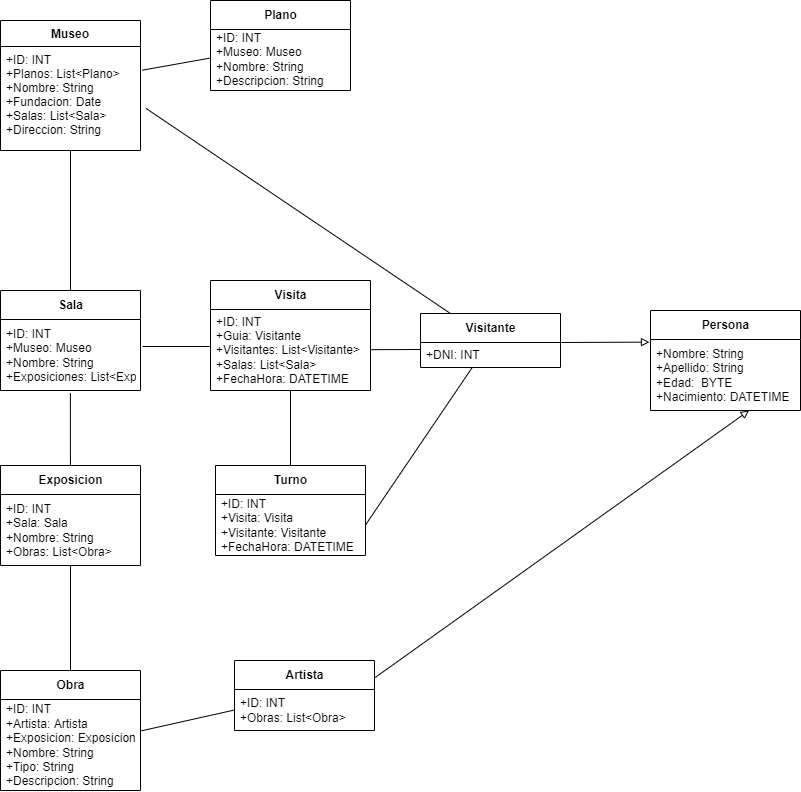
Above: docs/Diagrama_de_Clases.drawio.png in ArturoCruz606/OlimpiadaMuseo2022 (draw.io), before the change. Source tidied: cells renumbered, new cells last; positions are measured from the earlier drawing's top-left corner, leaving out a move shared by most shapes.
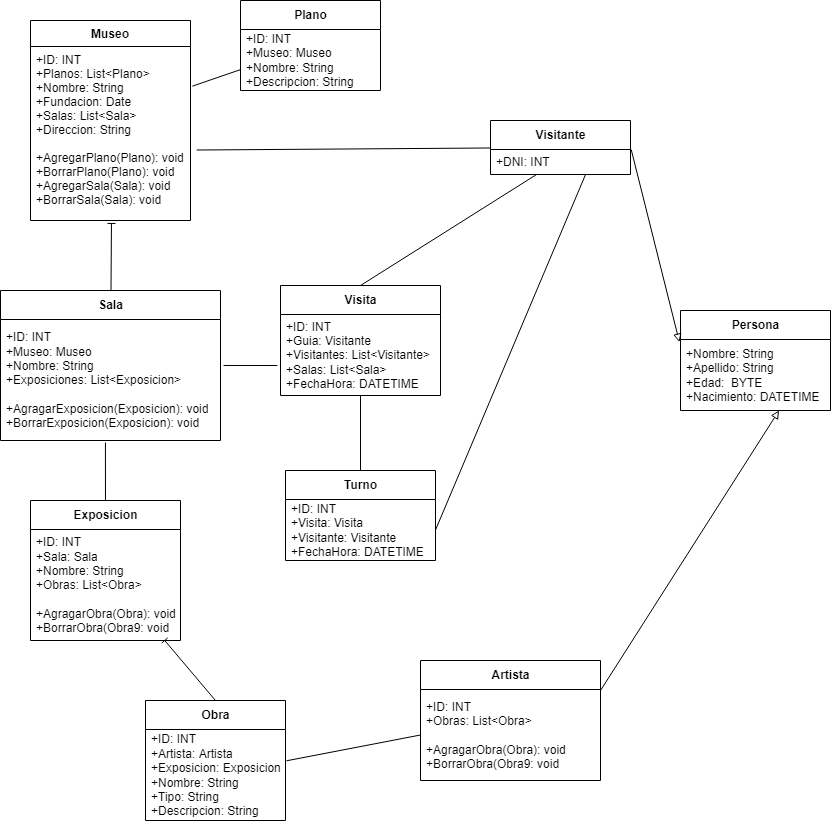
The same diagram one commit later.

Commit message:
Cambios en Diagrama de Clases

What changed in the source:
```diff
@@ -3,10 +3,10 @@
     <mxCell id="0" />
     <mxCell id="1" parent="0" />
     <mxCell id="2" value="Museo" style="swimlane;fontStyle=1;align=center;verticalAlign=top;horizontal=1;startSize=26;" parent="1" vertex="1">
-      <mxGeometry y="20" width="140" height="130" as="geometry" />
+      <mxGeometry y="20" width="160" height="200" as="geometry" />
     </mxCell>
-    <mxCell id="3" value="+ID: INT&#10;+Planos: List&lt;Plano&gt;&#10;+Nombre: String&#10;+Fundacion: Date&#10;+Salas: List&lt;Sala&gt; &#10;+Direccion: String" style="text;strokeColor=none;fillColor=none;align=left;verticalAlign=top;spacingLeft=4;spacingRight=4;overflow=hidden;points=[[0,0.5],[1,0.5]];portConstraint=eastwest;" parent="2" vertex="1">
-      <mxGeometry y="26" width="140" height="104" as="geometry" />
+    <mxCell id="3" value="+ID: INT&#10;+Planos: List&lt;Plano&gt;&#10;+Nombre: String&#10;+Fundacion: Date&#10;+Salas: List&lt;Sala&gt; &#10;+Direccion: String&#10;&#10;+AgregarPlano(Plano): void&#10;+BorrarPlano(Plano): void&#10;+AgregarSala(Sala): void&#10;+BorrarSala(Sala): void" style="text;strokeColor=none;fillColor=none;align=left;verticalAlign=top;spacingLeft=4;spacingRight=4;overflow=hidden;points=[[0,0.5],[1,0.5]];portConstraint=eastwest;" parent="2" vertex="1">
+      <mxGeometry y="26" width="160" height="174" as="geometry" />
     </mxCell>
     <mxCell id="4" style="edgeStyle=none;html=1;entryX=1.012;entryY=0.228;entryDx=0;entryDy=0;entryPerimeter=0;endArrow=none;endFill=0;startArrow=none;startFill=0;" parent="1" edge="1" source="5" target="3">
       <mxGeometry relative="1" as="geometry" />
@@ -17,23 +17,23 @@
     <mxCell id="6" value="+ID: INT&lt;br&gt;+Museo: Museo&lt;br&gt;+Nombre: String&lt;br&gt;+Descripcion: String" style="text;html=1;strokeColor=none;fillColor=none;align=left;verticalAlign=middle;spacingLeft=4;spacingRight=4;overflow=hidden;" parent="5" vertex="1">
       <mxGeometry y="29" width="140" height="61" as="geometry" />
     </mxCell>
-    <mxCell id="7" style="edgeStyle=none;html=1;entryX=0.499;entryY=1.037;entryDx=0;entryDy=0;entryPerimeter=0;startArrow=none;startFill=0;endArrow=none;endFill=0;" parent="1" edge="1" source="9" target="19">
+    <mxCell id="7" style="edgeStyle=none;html=1;entryX=0.477;entryY=1.017;entryDx=0;entryDy=0;entryPerimeter=0;startArrow=none;startFill=0;endArrow=none;endFill=0;" parent="1" edge="1" source="9" target="19">
       <mxGeometry relative="1" as="geometry" />
     </mxCell>
     <mxCell id="8" style="edgeStyle=none;html=1;entryX=0.5;entryY=0;entryDx=0;entryDy=0;startArrow=baseDash;startFill=0;endArrow=none;endFill=0;" parent="1" edge="1" source="9" target="22">
       <mxGeometry relative="1" as="geometry" />
     </mxCell>
     <mxCell id="9" value="Exposicion" style="swimlane;fontStyle=1;align=center;verticalAlign=middle;horizontal=1;startSize=29;html=1;" parent="1" vertex="1">
-      <mxGeometry y="465" width="140" height="100" as="geometry" />
+      <mxGeometry y="500" width="150" height="140" as="geometry" />
     </mxCell>
-    <mxCell id="10" value="+ID: INT&lt;br&gt;+Sala: Sala&lt;br&gt;+Nombre: String&lt;br&gt;+Obras: List&amp;lt;Obra&amp;gt;" style="text;html=1;strokeColor=none;fillColor=none;align=left;verticalAlign=middle;spacingLeft=4;spacingRight=4;overflow=hidden;" parent="9" vertex="1">
-      <mxGeometry y="29" width="140" height="71" as="geometry" />
+    <mxCell id="10" value="+ID: INT&lt;br&gt;+Sala: Sala&lt;br&gt;+Nombre: String&lt;br&gt;+Obras: List&amp;lt;Obra&amp;gt;&lt;br&gt;&lt;br&gt;+AgragarObra(Obra): void&lt;br&gt;+BorrarObra(Obra9: void" style="text;html=1;strokeColor=none;fillColor=none;align=left;verticalAlign=middle;spacingLeft=4;spacingRight=4;overflow=hidden;" parent="9" vertex="1">
+      <mxGeometry y="29" width="150" height="111" as="geometry" />
     </mxCell>
     <mxCell id="11" style="edgeStyle=none;html=1;startArrow=baseDash;startFill=0;endArrow=baseDash;endFill=0;" parent="1" edge="1" source="12" target="15">
       <mxGeometry relative="1" as="geometry" />
     </mxCell>
     <mxCell id="12" value="Visita" style="swimlane;fontStyle=1;align=center;verticalAlign=middle;horizontal=1;startSize=29;html=1;" parent="1" vertex="1">
-      <mxGeometry x="210" y="280" width="160" height="110" as="geometry" />
+      <mxGeometry x="250" y="285" width="160" height="110" as="geometry" />
     </mxCell>
     <mxCell id="13" value="&lt;div&gt;&lt;span&gt;+ID: INT&lt;/span&gt;&lt;/div&gt;&lt;div&gt;&lt;span&gt;+Guia: Visitante&lt;/span&gt;&lt;/div&gt;&lt;div&gt;&lt;span&gt;+Visitantes: List&amp;lt;Visitante&amp;gt;&lt;/span&gt;&lt;/div&gt;&lt;div&gt;&lt;span&gt;+Salas: List&amp;lt;Sala&amp;gt;&lt;/span&gt;&lt;/div&gt;&lt;div&gt;&lt;span&gt;+FechaHora: DATETIME&lt;/span&gt;&lt;/div&gt;" style="text;html=1;strokeColor=none;fillColor=none;align=left;verticalAlign=middle;spacingLeft=4;spacingRight=4;overflow=hidden;points=[[0,0.5],[1,0.5]];portConstraint=eastwest;" parent="12" vertex="1">
       <mxGeometry y="29" width="160" height="81" as="geometry" />
@@ -42,30 +42,28 @@
       <mxGeometry relative="1" as="geometry" />
     </mxCell>
     <mxCell id="15" value="Turno" style="swimlane;fontStyle=1;align=center;verticalAlign=middle;horizontal=1;startSize=29;html=1;" parent="1" vertex="1">
-      <mxGeometry x="215" y="465" width="150" height="90" as="geometry" />
+      <mxGeometry x="255" y="470" width="150" height="90" as="geometry" />
     </mxCell>
     <mxCell id="16" value="&lt;div&gt;&lt;span&gt;+ID: INT&lt;/span&gt;&lt;/div&gt;&lt;div&gt;&lt;span&gt;+Visita: Visita&lt;/span&gt;&lt;/div&gt;&lt;div&gt;&lt;span&gt;+Visitante: Visitante&lt;/span&gt;&lt;/div&gt;&lt;div&gt;&lt;span&gt;+FechaHora: DATETIME&lt;/span&gt;&lt;/div&gt;" style="text;html=1;strokeColor=none;fillColor=none;align=left;verticalAlign=middle;spacingLeft=4;spacingRight=4;overflow=hidden;points=[[0,0.5],[1,0.5]];portConstraint=eastwest;" parent="15" vertex="1">
       <mxGeometry y="29" width="150" height="61" as="geometry" />
     </mxCell>
-    <mxCell id="17" style="edgeStyle=none;html=1;entryX=0.5;entryY=1;entryDx=0;entryDy=0;startArrow=none;startFill=0;endArrow=baseDash;endFill=0;" parent="1" edge="1" source="18" target="2">
+    <mxCell id="17" style="edgeStyle=none;html=1;startArrow=none;startFill=0;endArrow=baseDash;endFill=0;entryX=0.506;entryY=1.017;entryDx=0;entryDy=0;entryPerimeter=0;" parent="1" edge="1" source="18" target="3">
       <mxGeometry relative="1" as="geometry" />
     </mxCell>
     <mxCell id="18" value="Sala" style="swimlane;fontStyle=1;align=center;verticalAlign=middle;horizontal=1;startSize=29;html=1;" parent="1" vertex="1">
-      <mxGeometry y="290" width="140" height="100" as="geometry" />
+      <mxGeometry x="-30" y="290" width="220" height="150" as="geometry" />
     </mxCell>
-    <mxCell id="19" value="+ID: INT&lt;br&gt;+Museo: Museo&lt;br&gt;+Nombre: String&lt;br&gt;+Exposiciones: List&amp;lt;Exposicion&amp;gt;" style="text;html=1;strokeColor=none;fillColor=none;align=left;verticalAlign=middle;spacingLeft=4;spacingRight=4;overflow=hidden;points=[[0,0.5],[1,0.5]];portConstraint=eastwest;" parent="18" vertex="1">
-      <mxGeometry y="29" width="140" height="71" as="geometry" />
+    <mxCell id="19" value="+ID: INT&lt;br&gt;+Museo: Museo&lt;br&gt;+Nombre: String&lt;br&gt;+Exposiciones: List&amp;lt;Exposicion&amp;gt;&lt;br&gt;&lt;br&gt;+AgragarExposicion(Exposicion): void&lt;br&gt;+BorrarExposicion(Exposicion): void" style="text;html=1;strokeColor=none;fillColor=none;align=left;verticalAlign=middle;spacingLeft=4;spacingRight=4;overflow=hidden;points=[[0,0.5],[1,0.5]];portConstraint=eastwest;" parent="18" vertex="1">
+      <mxGeometry y="29" width="220" height="121" as="geometry" />
     </mxCell>
-    <mxCell id="20" style="edgeStyle=none;html=1;startArrow=none;startFill=0;endArrow=none;endFill=0;exitX=1.014;exitY=0.38;exitDx=0;exitDy=0;exitPerimeter=0;" parent="1" edge="1" source="19">
-      <mxGeometry relative="1" as="geometry">
-        <mxPoint x="210" y="346" as="targetPoint" />
-      </mxGeometry>
+    <mxCell id="20" style="edgeStyle=none;html=1;startArrow=none;startFill=0;endArrow=none;endFill=0;exitX=1.014;exitY=0.38;exitDx=0;exitDy=0;exitPerimeter=0;entryX=-0.019;entryY=0.63;entryDx=0;entryDy=0;entryPerimeter=0;" parent="1" edge="1" source="19" target="13">
+      <mxGeometry relative="1" as="geometry" />
     </mxCell>
     <mxCell id="21" style="edgeStyle=none;html=1;entryX=0.657;entryY=1;entryDx=0;entryDy=0;entryPerimeter=0;endArrow=block;endFill=0;exitX=1;exitY=0.25;exitDx=0;exitDy=0;" parent="1" edge="1" source="27" target="26">
       <mxGeometry relative="1" as="geometry" />
     </mxCell>
     <mxCell id="22" value="Obra" style="swimlane;fontStyle=1;align=center;verticalAlign=middle;horizontal=1;startSize=29;html=1;" parent="1" vertex="1">
-      <mxGeometry y="670" width="140" height="120" as="geometry" />
+      <mxGeometry x="115" y="700" width="140" height="120" as="geometry" />
     </mxCell>
     <mxCell id="23" value="+ID: INT&lt;br&gt;+Artista: Artista&lt;br&gt;+Exposicion: Exposicion&lt;br&gt;+Nombre: String&lt;br&gt;+Tipo: String&lt;br&gt;+Descripcion: String" style="text;html=1;strokeColor=none;fillColor=none;align=left;verticalAlign=middle;spacingLeft=4;spacingRight=4;overflow=hidden;points=[[0,0.5],[1,0.5]];portConstraint=eastwest;" parent="22" vertex="1">
       <mxGeometry y="29" width="140" height="91" as="geometry" />
@@ -80,19 +78,19 @@
       <mxGeometry y="29" width="150" height="71" as="geometry" />
     </mxCell>
     <mxCell id="27" value="Artista" style="swimlane;fontStyle=1;align=center;verticalAlign=middle;horizontal=1;startSize=29;html=1;" parent="1" vertex="1">
-      <mxGeometry x="234" y="660" width="140" height="70" as="geometry" />
+      <mxGeometry x="390" y="660" width="180" height="120" as="geometry" />
     </mxCell>
-    <mxCell id="28" value="+ID: INT&lt;br&gt;+Obras: List&amp;lt;Obra&amp;gt;" style="text;html=1;strokeColor=none;fillColor=none;align=left;verticalAlign=middle;spacingLeft=4;spacingRight=4;overflow=hidden;points=[[0,0.5],[1,0.5]];portConstraint=eastwest;" parent="27" vertex="1">
-      <mxGeometry y="29" width="140" height="41" as="geometry" />
+    <mxCell id="28" value="+ID: INT&lt;br&gt;+Obras: List&amp;lt;Obra&amp;gt;&lt;br&gt;&lt;br&gt;+AgragarObra(Obra): void&lt;br&gt;+BorrarObra(Obra9: void" style="text;html=1;strokeColor=none;fillColor=none;align=left;verticalAlign=middle;spacingLeft=4;spacingRight=4;overflow=hidden;points=[[0,0.5],[1,0.5]];portConstraint=eastwest;" parent="27" vertex="1">
+      <mxGeometry y="29" width="180" height="91" as="geometry" />
     </mxCell>
-    <mxCell id="29" style="edgeStyle=none;html=1;entryX=1;entryY=0.5;entryDx=0;entryDy=0;endArrow=none;endFill=0;" parent="1" edge="1" source="31" target="16">
+    <mxCell id="29" style="edgeStyle=none;html=1;entryX=1;entryY=0.5;entryDx=0;entryDy=0;endArrow=none;endFill=0;exitX=0.679;exitY=1;exitDx=0;exitDy=0;exitPerimeter=0;" parent="1" edge="1" source="32" target="16">
       <mxGeometry relative="1" as="geometry" />
     </mxCell>
     <mxCell id="30" style="edgeStyle=none;html=1;entryX=1.039;entryY=0.595;entryDx=0;entryDy=0;entryPerimeter=0;endArrow=none;endFill=0;" parent="1" edge="1" source="31" target="3">
       <mxGeometry relative="1" as="geometry" />
     </mxCell>
     <mxCell id="31" value="Visitante" style="swimlane;fontStyle=1;align=center;verticalAlign=middle;horizontal=1;startSize=29;html=1;" parent="1" vertex="1">
-      <mxGeometry x="420" y="313" width="140" height="54" as="geometry" />
+      <mxGeometry x="460" y="120" width="140" height="54" as="geometry" />
     </mxCell>
     <mxCell id="32" value="+DNI: INT" style="text;html=1;strokeColor=none;fillColor=none;align=left;verticalAlign=middle;spacingLeft=4;spacingRight=4;overflow=hidden;points=[[0,0.5],[1,0.5]];portConstraint=eastwest;" parent="31" vertex="1">
       <mxGeometry y="29" width="140" height="25" as="geometry" />
@@ -100,10 +98,8 @@
     <mxCell id="33" style="edgeStyle=none;html=1;entryX=-0.007;entryY=0.037;entryDx=0;entryDy=0;endArrow=block;endFill=0;exitX=1.005;exitY=0;exitDx=0;exitDy=0;exitPerimeter=0;entryPerimeter=0;" parent="1" edge="1" source="32" target="26">
       <mxGeometry relative="1" as="geometry" />
     </mxCell>
-    <mxCell id="34" style="edgeStyle=none;html=1;endArrow=none;endFill=0;" parent="1" edge="1" target="13">
-      <mxGeometry relative="1" as="geometry">
-        <mxPoint x="420" y="349" as="sourcePoint" />
-      </mxGeometry>
+    <mxCell id="34" style="edgeStyle=none;html=1;endArrow=none;endFill=0;exitX=0.329;exitY=1;exitDx=0;exitDy=0;exitPerimeter=0;entryX=0.5;entryY=0;entryDx=0;entryDy=0;" parent="1" edge="1" source="32" target="12">
+      <mxGeometry relative="1" as="geometry" />
     </mxCell>
   </root>
 </mxGraphModel>
```
